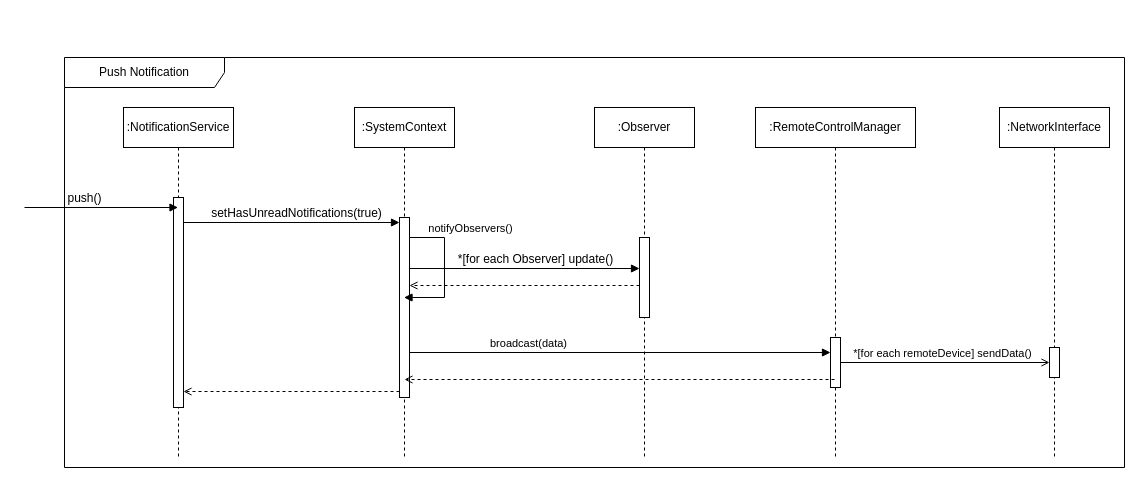
Above: content/seq/seqNotification.drawio in uni-aca100/ing-proj (draw.io), before the change. Source tidied: cells renumbered, new cells numbered last; positions are measured from the earlier drawing's top-left corner, leaving out a move shared by most shapes. Both pictures are drawn from the tidied source at 100%, with x=0, y=0 at pixel (24, 57).
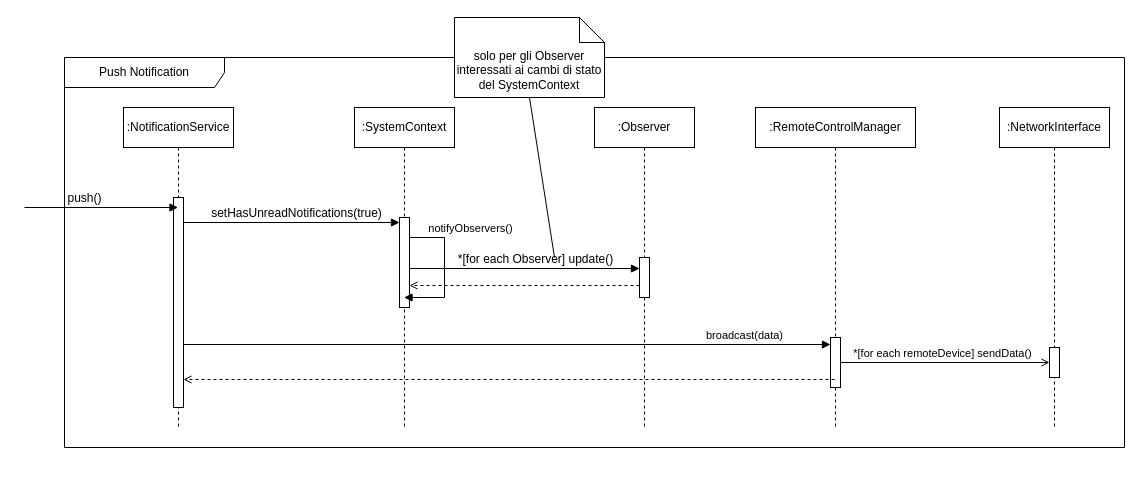
After the change.

Unchanged cells that the change refers to:
```xml
<mxCell id="7" style="html=1;points=[[0,0,0,0,5],[0,1,0,0,-5],[1,0,0,0,5],[1,1,0,0,-5]];perimeter=orthogonalPerimeter;outlineConnect=0;targetShapes=umlLifeline;portConstraint=eastwest;newEdgeStyle={&quot;curved&quot;:0,&quot;rounded&quot;:0};" parent="6" vertex="1">
  <mxGeometry x="50" y="90" width="10" height="210" as="geometry" />
</mxCell>
<mxCell id="11" style="html=1;points=[[0,0,0,0,5],[0,1,0,0,-5],[1,0,0,0,5],[1,1,0,0,-5]];perimeter=orthogonalPerimeter;outlineConnect=0;targetShapes=umlLifeline;portConstraint=eastwest;newEdgeStyle={&quot;curved&quot;:0,&quot;rounded&quot;:0};" parent="10" vertex="1">
  <mxGeometry x="75" y="230" width="10" height="50" as="geometry" />
</mxCell>
```

Diff of the diagram source:
```diff
@@
     <mxCell id="2" value=":SystemContext" style="shape=umlLifeline;perimeter=lifelinePerimeter;whiteSpace=wrap;html=1;outlineConnect=0;portConstraint=eastwest;newEdgeStyle={&quot;curved&quot;:0,&quot;rounded&quot;:0};" parent="1" vertex="1">
-      <mxGeometry x="330" y="50" width="100" height="350" as="geometry" />
+      <mxGeometry x="330" y="50" width="100" height="320" as="geometry" />
     </mxCell>
     <mxCell id="3" style="html=1;points=[[0,0,0,0,5],[0,1,0,0,-5],[1,0,0,0,5],[1,1,0,0,-5]];perimeter=orthogonalPerimeter;outlineConnect=0;targetShapes=umlLifeline;portConstraint=eastwest;newEdgeStyle={&quot;curved&quot;:0,&quot;rounded&quot;:0};" parent="2" vertex="1">
-      <mxGeometry x="45" y="110" width="10" height="180" as="geometry" />
+      <mxGeometry x="45" y="110" width="10" height="90" as="geometry" />
     </mxCell>
@@
     <mxCell id="6" value=":NotificationService" style="shape=umlLifeline;perimeter=lifelinePerimeter;whiteSpace=wrap;html=1;outlineConnect=0;portConstraint=eastwest;newEdgeStyle={&quot;curved&quot;:0,&quot;rounded&quot;:0};" parent="1" vertex="1">
-      <mxGeometry x="99" y="50" width="110" height="350" as="geometry" />
+      <mxGeometry x="99" y="50" width="110" height="320" as="geometry" />
     </mxCell>
@@
     <mxCell id="8" value=":Observer" style="shape=umlLifeline;perimeter=lifelinePerimeter;whiteSpace=wrap;html=1;newEdgeStyle={&quot;curved&quot;:0,&quot;rounded&quot;:0};" parent="1" vertex="1">
-      <mxGeometry x="570" y="50" width="100" height="350" as="geometry" />
+      <mxGeometry x="570" y="50" width="100" height="320" as="geometry" />
     </mxCell>
     <mxCell id="9" style="html=1;perimeter=orthogonalPerimeter;targetShapes=umlLifeline;newEdgeStyle={&quot;curved&quot;:0,&quot;rounded&quot;:0};" parent="8" vertex="1">
-      <mxGeometry x="45" y="130" width="10" height="80" as="geometry" />
+      <mxGeometry x="45" y="150" width="10" height="40" as="geometry" />
     </mxCell>
     <mxCell id="10" value=":RemoteControlManager" style="shape=umlLifeline;perimeter=lifelinePerimeter;whiteSpace=wrap;html=1;newEdgeStyle={&quot;curved&quot;:0,&quot;rounded&quot;:0};" parent="1" vertex="1">
-      <mxGeometry x="731" y="50" width="160" height="350" as="geometry" />
+      <mxGeometry x="731" y="50" width="160" height="320" as="geometry" />
     </mxCell>
@@
-    <mxCell id="19" style="html=1;verticalAlign=bottom;labelBackgroundColor=none;endArrow=block;endFill=1;rounded=0;" parent="1" edge="1" target="11">
+    <mxCell id="19" style="html=1;verticalAlign=bottom;labelBackgroundColor=none;endArrow=block;endFill=1;rounded=0;" parent="1" edge="1">
       <mxGeometry relative="1" as="geometry">
-        <mxPoint x="385" y="295" as="sourcePoint" />
+        <mxPoint x="159" y="287" as="sourcePoint" />
+        <mxPoint x="806" y="287" as="targetPoint" />
       </mxGeometry>
     </mxCell>
     <mxCell id="20" value="broadcast(data)" style="edgeLabel;html=1;align=center;verticalAlign=middle;" parent="19" vertex="1">
       <mxGeometry x="-0.23" relative="1" as="geometry">
-        <mxPoint x="-44" y="-10" as="offset" />
+        <mxPoint x="311" y="-10" as="offset" />
       </mxGeometry>
     </mxCell>
     <mxCell id="21" value=":NetworkInterface" style="shape=umlLifeline;perimeter=lifelinePerimeter;whiteSpace=wrap;html=1;newEdgeStyle={&quot;curved&quot;:0,&quot;rounded&quot;:0};" parent="1" vertex="1">
-      <mxGeometry x="975" y="50" width="110" height="350" as="geometry" />
+      <mxGeometry x="975" y="50" width="110" height="320" as="geometry" />
     </mxCell>
@@
-    <mxCell id="25" style="html=1;verticalAlign=bottom;labelBackgroundColor=none;endArrow=open;endFill=0;dashed=1;rounded=0;" parent="1" edge="1">
+    <mxCell id="25" style="html=1;verticalAlign=bottom;labelBackgroundColor=none;endArrow=open;endFill=0;dashed=1;rounded=0;" parent="1" edge="1" target="7">
       <mxGeometry relative="1" as="geometry">
         <mxPoint x="810" y="322" as="sourcePoint" />
-        <mxPoint x="380" y="322" as="targetPoint" />
       </mxGeometry>
     </mxCell>
-    <mxCell id="26" style="html=1;verticalAlign=bottom;labelBackgroundColor=none;endArrow=open;endFill=0;dashed=1;rounded=0;" parent="1" edge="1" target="7">
-      <mxGeometry relative="1" as="geometry">
-        <mxPoint x="375" y="334" as="sourcePoint" />
-      </mxGeometry>
-    </mxCell>
     <mxCell id="27" value="Push Notification" style="shape=umlFrame;whiteSpace=wrap;html=1;width=160;" parent="1" vertex="1">
-      <mxGeometry x="40" width="1060" height="410" as="geometry" />
+      <mxGeometry x="40" width="1060" height="390" as="geometry" />
     </mxCell>
+    <mxCell id="28" style="endArrow=none;html=1;rounded=0;entryX=0.5;entryY=1;entryDx=0;entryDy=0;entryPerimeter=0;" parent="27" edge="1" target="29">
+      <mxGeometry relative="1" as="geometry">
+        <mxPoint x="490" y="200" as="sourcePoint" />
+      </mxGeometry>
+    </mxCell>
+    <mxCell id="29" value="solo per gli Observer interessati ai cambi di stato del SystemContext" style="shape=note2;boundedLbl=1;whiteSpace=wrap;html=1;size=25;verticalAlign=top;align=center;" parent="1" vertex="1">
+      <mxGeometry x="430" y="-40" width="150" height="80" as="geometry" />
+    </mxCell>
```
